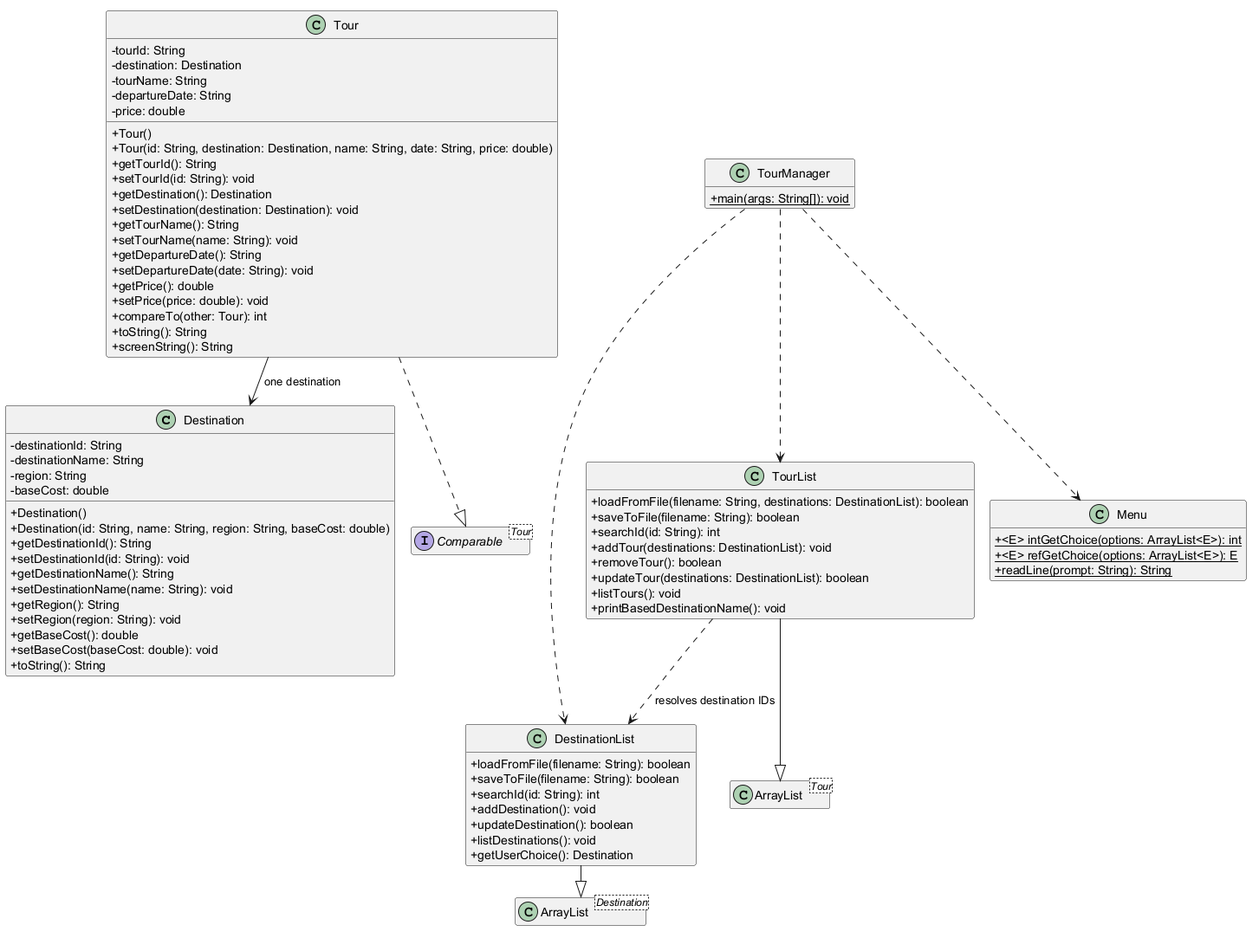
Above: docs/design/uml-class-diagram.png in minhthinh14012005-hue/tourprj-nhom-3 (PlantUML), before the change.
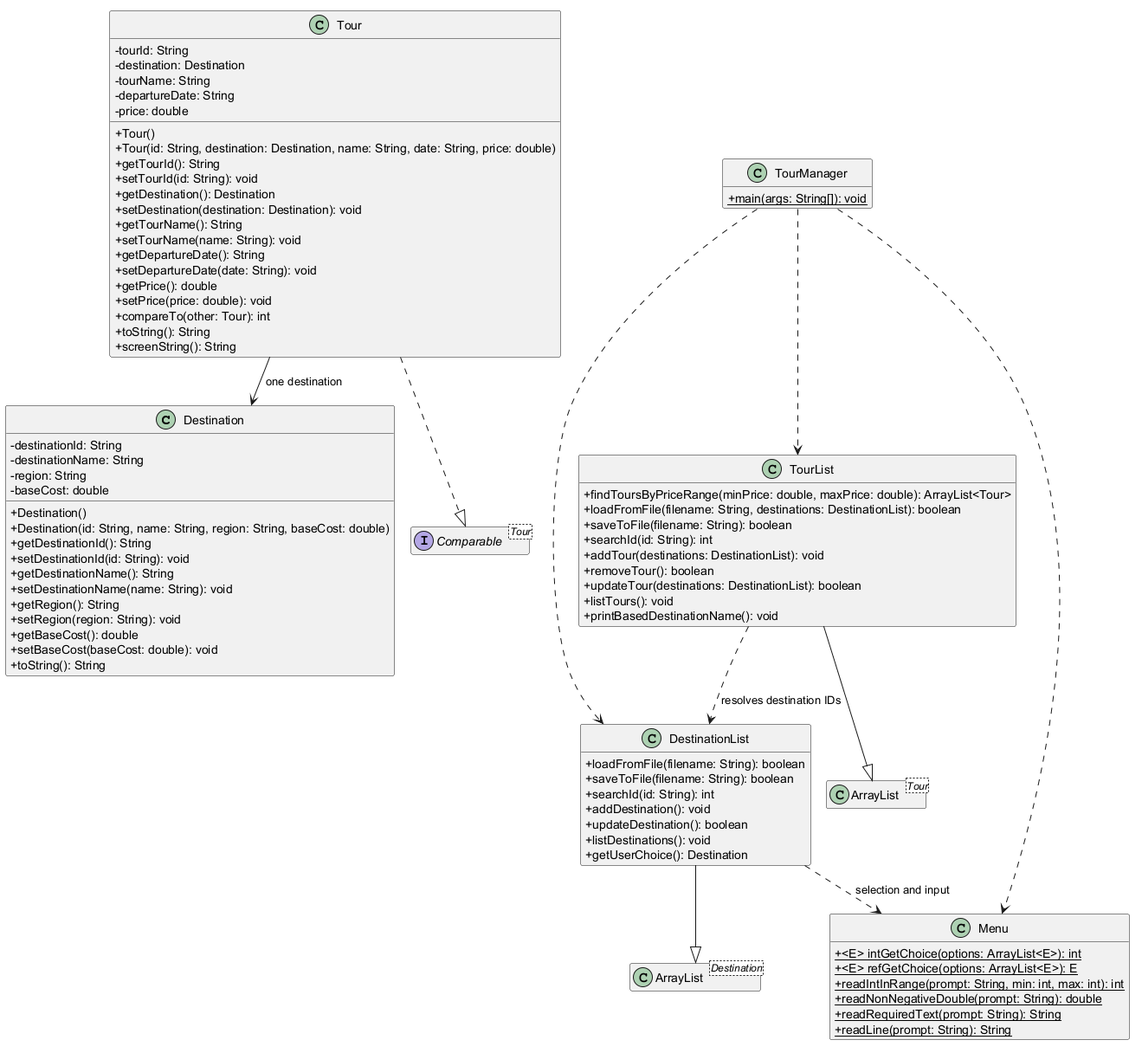
Above is the later version.

Commit message:
feat: finalize Destination menu integration with verified tests

Diff of the diagram source:
```diff
@@ -55,6 +55,7 @@
 }
 
 class TourList {
+  + findToursByPriceRange(minPrice: double, maxPrice: double): ArrayList<Tour>
   + loadFromFile(filename: String, destinations: DestinationList): boolean
   + saveToFile(filename: String): boolean
   + searchId(id: String): int
@@ -68,6 +69,9 @@
 class Menu {
   + {static} <E> intGetChoice(options: ArrayList<E>): int
   + {static} <E> refGetChoice(options: ArrayList<E>): E
+  + {static} readIntInRange(prompt: String, min: int, max: int): int
+  + {static} readNonNegativeDouble(prompt: String): double
+  + {static} readRequiredText(prompt: String): String
   + {static} readLine(prompt: String): String
 }
 
@@ -87,4 +91,5 @@
 TourManager ..> DestinationList
 TourManager ..> TourList
 TourList ..> DestinationList : resolves destination IDs
+DestinationList ..> Menu : selection and input
 @enduml
```
